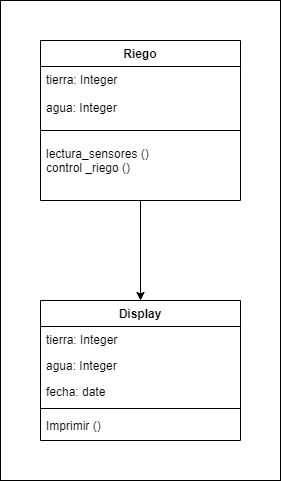
Earlier version of the draw.io export 2RUP/Diagrama de Clases.png (Rafa1104/proyecto-riego). Source tidied: cells renumbered, new cells last; positions are measured from the earlier drawing's top-left corner, leaving out a move shared by most shapes. The source it was exported from:
```xml
<mxGraphModel>
  <root>
    <mxCell id="0" />
    <mxCell id="1" parent="0" />
    <mxCell id="2" style="rounded=0;whiteSpace=wrap;html=1;fillColor=none;" parent="1" vertex="1">
      <mxGeometry width="280" height="480" as="geometry" />
    </mxCell>
    <mxCell id="3" style="edgeStyle=orthogonalEdgeStyle;rounded=0;jettySize=auto;html=1;entryX=0.5;entryY=0;entryDx=0;entryDy=0;" parent="1" edge="1" source="4" target="8">
      <mxGeometry relative="1" as="geometry" />
    </mxCell>
    <mxCell id="4" value="Riego&#10;" style="swimlane;fontStyle=1;align=center;verticalAlign=top;horizontal=1;startSize=26;rounded=0;shadow=0;strokeWidth=1;" parent="1" vertex="1">
      <mxGeometry x="40" y="40" width="200" height="160" as="geometry" />
    </mxCell>
    <mxCell id="5" value="tierra: Integer&#10;&#10;agua: Integer" style="text;align=left;verticalAlign=top;spacingLeft=4;spacingRight=4;overflow=hidden;" parent="4" vertex="1">
      <mxGeometry y="26" width="200" height="54" as="geometry" />
    </mxCell>
    <mxCell id="6" style="line;html=1;strokeWidth=1;align=left;verticalAlign=middle;spacingTop=-1;spacingLeft=3;spacingRight=3;labelPosition=right;" parent="4" vertex="1">
      <mxGeometry y="80" width="200" height="20" as="geometry" />
    </mxCell>
    <mxCell id="7" value="lectura_sensores ()&#10;control _riego ()" style="text;strokeColor=none;fillColor=none;align=left;verticalAlign=top;spacingLeft=4;spacingRight=4;overflow=hidden;" parent="4" vertex="1">
      <mxGeometry y="100" width="200" height="60" as="geometry" />
    </mxCell>
    <mxCell id="8" value="Display" style="swimlane;fontStyle=1;align=center;verticalAlign=top;horizontal=1;startSize=26;" parent="1" vertex="1">
      <mxGeometry x="40" y="300" width="200" height="140" as="geometry" />
    </mxCell>
    <mxCell id="9" value="tierra: Integer" style="text;strokeColor=none;fillColor=none;align=left;verticalAlign=top;spacingLeft=4;spacingRight=4;overflow=hidden;" parent="8" vertex="1">
      <mxGeometry y="26" width="200" height="26" as="geometry" />
    </mxCell>
    <mxCell id="10" value="agua: Integer" style="text;strokeColor=none;fillColor=none;align=left;verticalAlign=top;spacingLeft=4;spacingRight=4;overflow=hidden;" parent="8" vertex="1">
      <mxGeometry y="52" width="200" height="26" as="geometry" />
    </mxCell>
    <mxCell id="11" value="fecha: date" style="text;align=left;verticalAlign=top;spacingLeft=4;spacingRight=4;overflow=hidden;" parent="8" vertex="1">
      <mxGeometry y="78" width="200" height="26" as="geometry" />
    </mxCell>
    <mxCell id="12" style="line;strokeWidth=1;fillColor=none;align=left;verticalAlign=middle;spacingTop=-1;spacingLeft=3;spacingRight=3;labelPosition=right;" parent="8" vertex="1">
      <mxGeometry y="104" width="200" height="8" as="geometry" />
    </mxCell>
    <mxCell id="13" value="Imprimir ()" style="text;strokeColor=none;fillColor=none;align=left;verticalAlign=top;spacingLeft=4;spacingRight=4;overflow=hidden;" parent="8" vertex="1">
      <mxGeometry y="112" width="200" height="28" as="geometry" />
    </mxCell>
  </root>
</mxGraphModel>
```
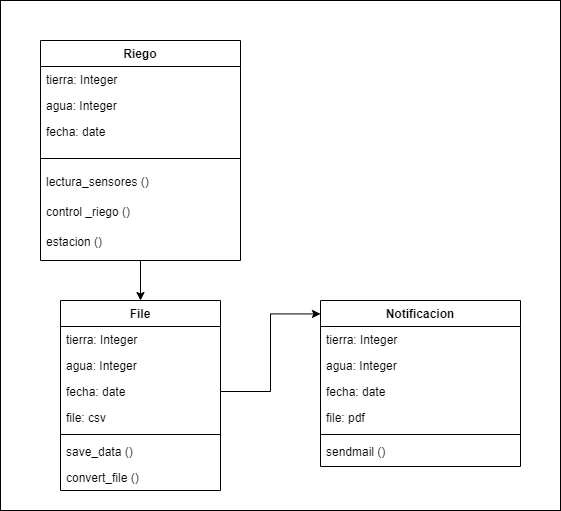
Above is the later version.

The edit, as a diff of the source:
```diff
@@ -3,25 +3,37 @@
     <mxCell id="0" />
     <mxCell id="1" parent="0" />
     <mxCell id="2" style="rounded=0;whiteSpace=wrap;html=1;fillColor=none;" parent="1" vertex="1">
-      <mxGeometry width="280" height="480" as="geometry" />
+      <mxGeometry width="560" height="510" as="geometry" />
     </mxCell>
-    <mxCell id="3" style="edgeStyle=orthogonalEdgeStyle;rounded=0;jettySize=auto;html=1;entryX=0.5;entryY=0;entryDx=0;entryDy=0;" parent="1" edge="1" source="4" target="8">
-      <mxGeometry relative="1" as="geometry" />
-    </mxCell>
+    <mxCell id="14" style="edgeStyle=orthogonalEdgeStyle;rounded=0;jettySize=auto;html=1;entryX=0.5;entryY=0;entryDx=0;entryDy=0;" parent="1" edge="1" source="4" target="21">
+      <mxGeometry relative="1" as="geometry" />
+    </mxCell>
     <mxCell id="4" value="Riego&#10;" style="swimlane;fontStyle=1;align=center;verticalAlign=top;horizontal=1;startSize=26;rounded=0;shadow=0;strokeWidth=1;" parent="1" vertex="1">
-      <mxGeometry x="40" y="40" width="200" height="160" as="geometry" />
+      <mxGeometry x="40" y="40" width="200" height="220" as="geometry" />
     </mxCell>
-    <mxCell id="5" value="tierra: Integer&#10;&#10;agua: Integer" style="text;align=left;verticalAlign=top;spacingLeft=4;spacingRight=4;overflow=hidden;" parent="4" vertex="1">
-      <mxGeometry y="26" width="200" height="54" as="geometry" />
-    </mxCell>
+    <mxCell id="15" value="tierra: Integer" style="text;strokeColor=none;fillColor=none;align=left;verticalAlign=top;spacingLeft=4;spacingRight=4;overflow=hidden;" parent="4" vertex="1">
+      <mxGeometry y="26" width="200" height="26" as="geometry" />
+    </mxCell>
+    <mxCell id="16" value="agua: Integer" style="text;strokeColor=none;fillColor=none;align=left;verticalAlign=top;spacingLeft=4;spacingRight=4;overflow=hidden;" parent="4" vertex="1">
+      <mxGeometry y="52" width="200" height="26" as="geometry" />
+    </mxCell>
+    <mxCell id="17" value="fecha: date&#10;" style="text;align=left;verticalAlign=top;spacingLeft=4;spacingRight=4;overflow=hidden;" parent="4" vertex="1">
+      <mxGeometry y="78" width="200" height="30" as="geometry" />
+    </mxCell>
     <mxCell id="6" style="line;html=1;strokeWidth=1;align=left;verticalAlign=middle;spacingTop=-1;spacingLeft=3;spacingRight=3;labelPosition=right;" parent="4" vertex="1">
-      <mxGeometry y="80" width="200" height="20" as="geometry" />
+      <mxGeometry y="108" width="200" height="20" as="geometry" />
     </mxCell>
-    <mxCell id="7" value="lectura_sensores ()&#10;control _riego ()" style="text;strokeColor=none;fillColor=none;align=left;verticalAlign=top;spacingLeft=4;spacingRight=4;overflow=hidden;" parent="4" vertex="1">
-      <mxGeometry y="100" width="200" height="60" as="geometry" />
+    <mxCell id="7" value="lectura_sensores ()&#10;" style="text;strokeColor=none;fillColor=none;align=left;verticalAlign=top;spacingLeft=4;spacingRight=4;overflow=hidden;" parent="4" vertex="1">
+      <mxGeometry y="128" width="200" height="30" as="geometry" />
     </mxCell>
+    <mxCell id="18" value="control _riego ()" style="text;strokeColor=none;fillColor=none;align=left;verticalAlign=top;spacingLeft=4;spacingRight=4;overflow=hidden;" parent="4" vertex="1">
+      <mxGeometry y="158" width="200" height="30" as="geometry" />
+    </mxCell>
+    <mxCell id="19" value="estacion ()" style="text;strokeColor=none;fillColor=none;align=left;verticalAlign=top;spacingLeft=4;spacingRight=4;overflow=hidden;" parent="4" vertex="1">
+      <mxGeometry y="188" width="200" height="30" as="geometry" />
+    </mxCell>
-    <mxCell id="8" value="Display" style="swimlane;fontStyle=1;align=center;verticalAlign=top;horizontal=1;startSize=26;" parent="1" vertex="1">
-      <mxGeometry x="40" y="300" width="200" height="140" as="geometry" />
+    <mxCell id="8" value="Notificacion" style="swimlane;fontStyle=1;align=center;verticalAlign=top;horizontal=1;startSize=26;" parent="1" vertex="1">
+      <mxGeometry x="320" y="300" width="200" height="166" as="geometry" />
     </mxCell>
     <mxCell id="9" value="tierra: Integer" style="text;strokeColor=none;fillColor=none;align=left;verticalAlign=top;spacingLeft=4;spacingRight=4;overflow=hidden;" parent="8" vertex="1">
       <mxGeometry y="26" width="200" height="26" as="geometry" />
@@ -32,11 +44,41 @@
     <mxCell id="11" value="fecha: date" style="text;align=left;verticalAlign=top;spacingLeft=4;spacingRight=4;overflow=hidden;" parent="8" vertex="1">
       <mxGeometry y="78" width="200" height="26" as="geometry" />
     </mxCell>
+    <mxCell id="20" value="file: pdf" style="text;align=left;verticalAlign=top;spacingLeft=4;spacingRight=4;overflow=hidden;" parent="8" vertex="1">
+      <mxGeometry y="104" width="200" height="26" as="geometry" />
+    </mxCell>
     <mxCell id="12" style="line;strokeWidth=1;fillColor=none;align=left;verticalAlign=middle;spacingTop=-1;spacingLeft=3;spacingRight=3;labelPosition=right;" parent="8" vertex="1">
-      <mxGeometry y="104" width="200" height="8" as="geometry" />
+      <mxGeometry y="130" width="200" height="8" as="geometry" />
     </mxCell>
-    <mxCell id="13" value="Imprimir ()" style="text;strokeColor=none;fillColor=none;align=left;verticalAlign=top;spacingLeft=4;spacingRight=4;overflow=hidden;" parent="8" vertex="1">
-      <mxGeometry y="112" width="200" height="28" as="geometry" />
+    <mxCell id="13" value="sendmail ()" style="text;strokeColor=none;fillColor=none;align=left;verticalAlign=top;spacingLeft=4;spacingRight=4;overflow=hidden;" parent="8" vertex="1">
+      <mxGeometry y="138" width="200" height="28" as="geometry" />
     </mxCell>
+    <mxCell id="21" value="File" style="swimlane;fontStyle=1;align=center;verticalAlign=top;horizontal=1;startSize=26;" parent="1" vertex="1">
+      <mxGeometry x="60" y="300" width="160" height="190" as="geometry" />
+    </mxCell>
+    <mxCell id="22" value="tierra: Integer" style="text;strokeColor=none;fillColor=none;align=left;verticalAlign=top;spacingLeft=4;spacingRight=4;overflow=hidden;" parent="21" vertex="1">
+      <mxGeometry y="26" width="160" height="26" as="geometry" />
+    </mxCell>
+    <mxCell id="23" value="agua: Integer" style="text;strokeColor=none;fillColor=none;align=left;verticalAlign=top;spacingLeft=4;spacingRight=4;overflow=hidden;" parent="21" vertex="1">
+      <mxGeometry y="52" width="160" height="26" as="geometry" />
+    </mxCell>
+    <mxCell id="24" value="fecha: date" style="text;align=left;verticalAlign=top;spacingLeft=4;spacingRight=4;overflow=hidden;points=[[0,0.5],[1,0.5]];portConstraint=eastwest;" parent="21" vertex="1">
+      <mxGeometry y="78" width="160" height="26" as="geometry" />
+    </mxCell>
+    <mxCell id="25" value="file: csv" style="text;strokeColor=none;fillColor=none;align=left;verticalAlign=top;spacingLeft=4;spacingRight=4;overflow=hidden;" parent="21" vertex="1">
+      <mxGeometry y="104" width="160" height="26" as="geometry" />
+    </mxCell>
+    <mxCell id="26" style="line;strokeWidth=1;fillColor=none;align=left;verticalAlign=middle;spacingTop=-1;spacingLeft=3;spacingRight=3;labelPosition=right;" parent="21" vertex="1">
+      <mxGeometry y="130" width="160" height="8" as="geometry" />
+    </mxCell>
+    <mxCell id="27" value="save_data ()" style="text;strokeColor=none;fillColor=none;align=left;verticalAlign=top;spacingLeft=4;spacingRight=4;overflow=hidden;" parent="21" vertex="1">
+      <mxGeometry y="138" width="160" height="26" as="geometry" />
+    </mxCell>
+    <mxCell id="28" value="convert_file ()" style="text;strokeColor=none;fillColor=none;align=left;verticalAlign=top;spacingLeft=4;spacingRight=4;overflow=hidden;" parent="21" vertex="1">
+      <mxGeometry y="164" width="160" height="26" as="geometry" />
+    </mxCell>
+    <mxCell id="29" style="edgeStyle=orthogonalEdgeStyle;rounded=0;jettySize=auto;html=1;exitX=1;exitY=0.5;exitDx=0;exitDy=0;entryX=0;entryY=0.081;entryDx=0;entryDy=0;entryPerimeter=0;" parent="1" edge="1" source="24" target="8">
+      <mxGeometry relative="1" as="geometry" />
+    </mxCell>
   </root>
 </mxGraphModel>
```
